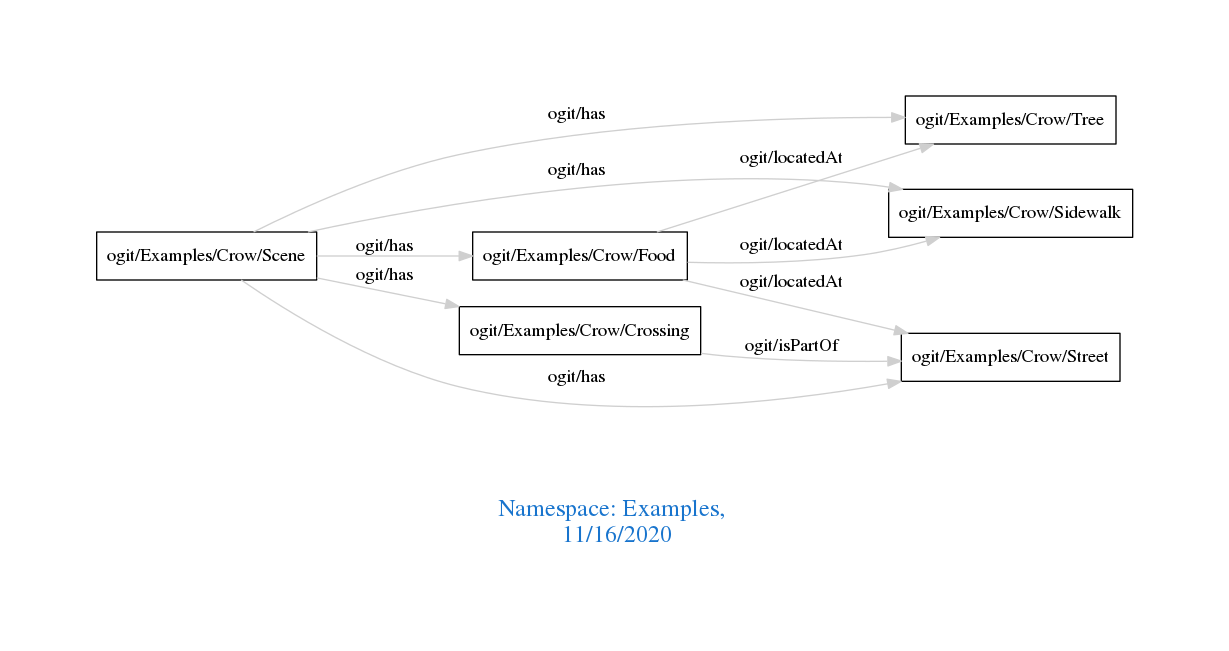
Above: downloads/Examples.png in arago/OGIT (Graphviz), before the change. Its source is kept beside it as downloads/Examples.dot. Source of this version:
```dot
digraph OGIT_ontology {
 graph [ rankdir= LR,pad=1
fontsize = 18,
fontcolor= dodgerblue3,label = "\n\n\nNamespace: Examples, \n 11/16/2020"];
node[shape=polygon];
edge [  color="gray81"];

   "ogit/Examples/Crow/Food" -> "ogit/Examples/Crow/Tree" [label="   ogit/locatedAt    "];
   "ogit/Examples/Crow/Food" -> "ogit/Examples/Crow/Street" [label="   ogit/locatedAt    "];
   "ogit/Examples/Crow/Food" -> "ogit/Examples/Crow/Sidewalk" [label="   ogit/locatedAt    "];
   "ogit/Examples/Crow/Scene" -> "ogit/Examples/Crow/Food" [label="   ogit/has    "];
   "ogit/Examples/Crow/Scene" -> "ogit/Examples/Crow/Tree" [label="   ogit/has    "];
   "ogit/Examples/Crow/Scene" -> "ogit/Examples/Crow/Street" [label="   ogit/has    "];
   "ogit/Examples/Crow/Scene" -> "ogit/Examples/Crow/Crossing" [label="   ogit/has    "];
   "ogit/Examples/Crow/Scene" -> "ogit/Examples/Crow/Sidewalk" [label="   ogit/has    "];
   "ogit/Examples/Crow/Crossing" -> "ogit/Examples/Crow/Street" [label="   ogit/isPartOf    "];
}
```
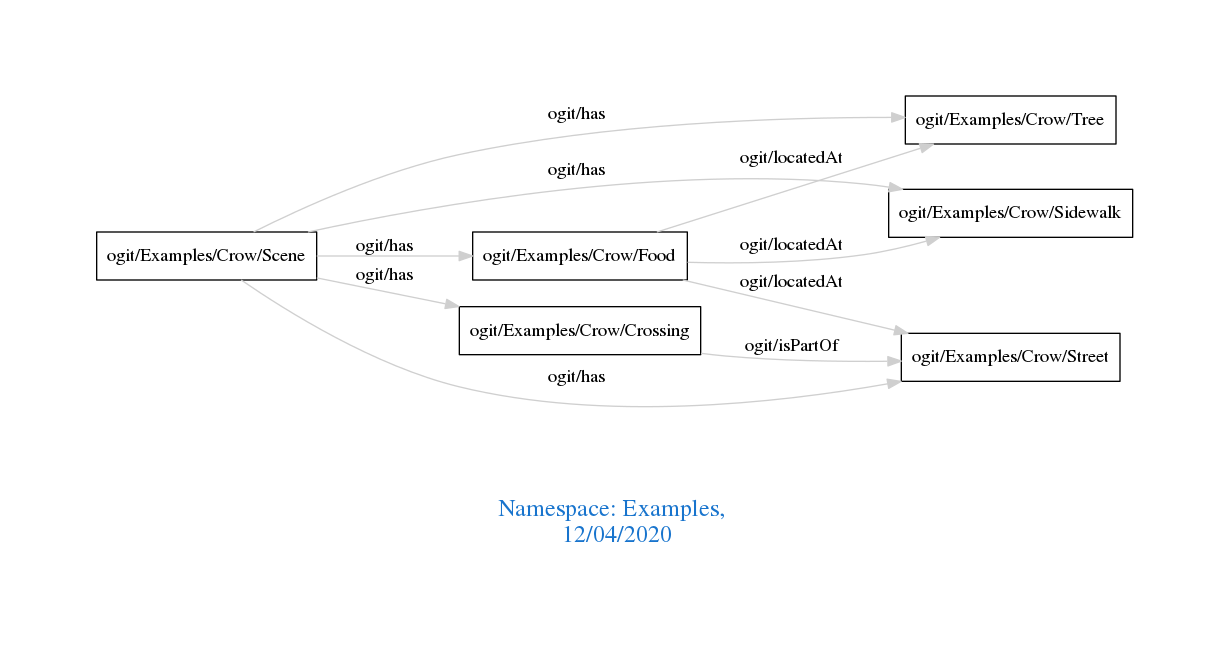
Later version of the same file.

What changed in the source:
```diff
@@ -1,7 +1,7 @@
 digraph OGIT_ontology {
  graph [ rankdir= LR,pad=1
 fontsize = 18,
-fontcolor= dodgerblue3,label = "\n\n\nNamespace: Examples, \n 11/16/2020"];
+fontcolor= dodgerblue3,label = "\n\n\nNamespace: Examples, \n 12/04/2020"];
 node[shape=polygon];
 edge [  color="gray81"];
 
```
